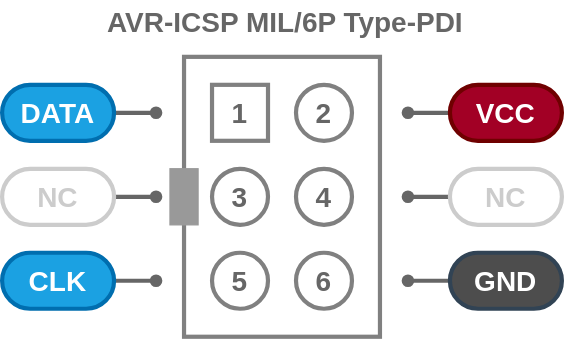
Above: svg/AVR-ICSP-M6P-PDI.drawio.svg in askn37/askn37.github.io (draw.io), before the change. Source tidied: cells renumbered, new cells last; positions are measured from the earlier drawing's top-left corner, leaving out a move shared by most shapes.
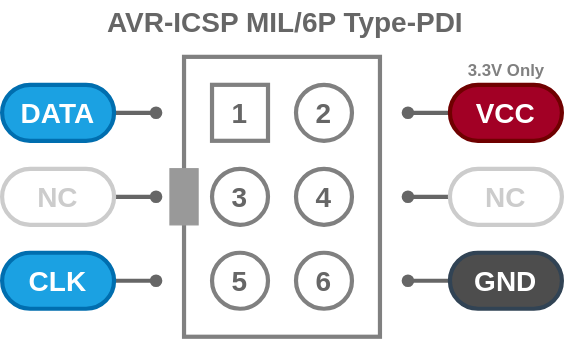
Above is the later version.

What changed in the source:
```diff
@@ -78,5 +78,8 @@
     <mxCell id="22" style="rounded=0;whiteSpace=wrap;html=1;fillColor=#999999;strokeColor=#999999;" parent="1" vertex="1">
       <mxGeometry x="120" y="120" width="20" height="40" as="geometry" />
     </mxCell>
+    <mxCell id="23" value="&lt;b&gt;3.3V Only&lt;/b&gt;" style="text;html=1;align=center;verticalAlign=middle;strokeColor=none;fillColor=none;fontColor=#808080;" parent="1" vertex="1">
+      <mxGeometry x="320" y="35" width="80" height="30" as="geometry" />
+    </mxCell>
   </root>
 </mxGraphModel>
```
